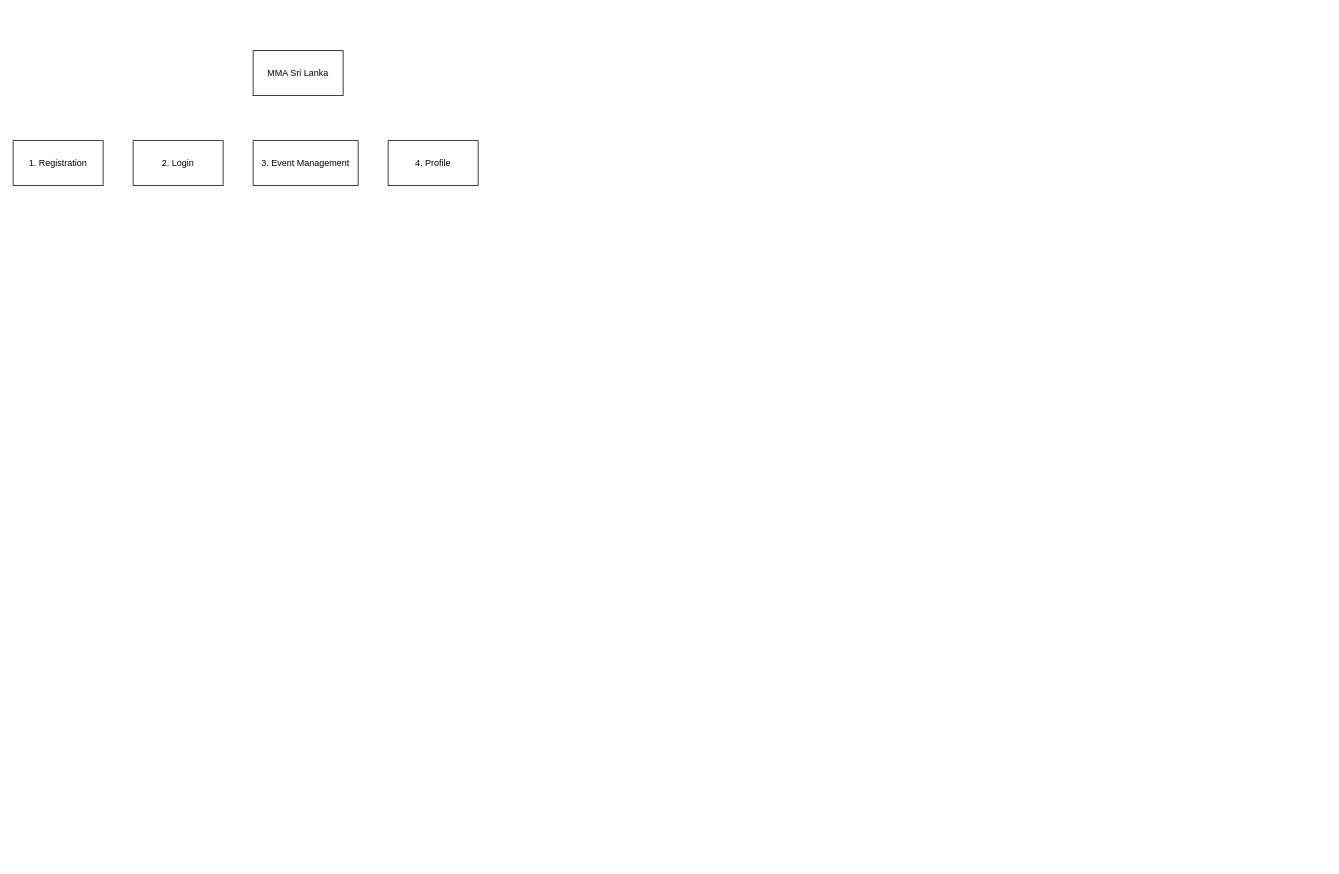
This is PM WBS V1.drawio from redhooddev/diagrams, a draw.io file, before an edit. Source tidied: cells renumbered, new cells numbered last; positions are measured from the earlier drawing's top-left corner, leaving out a move shared by most shapes. Both pictures are drawn from the tidied source at 75%, with x=0, y=0 at pixel (13, 50).
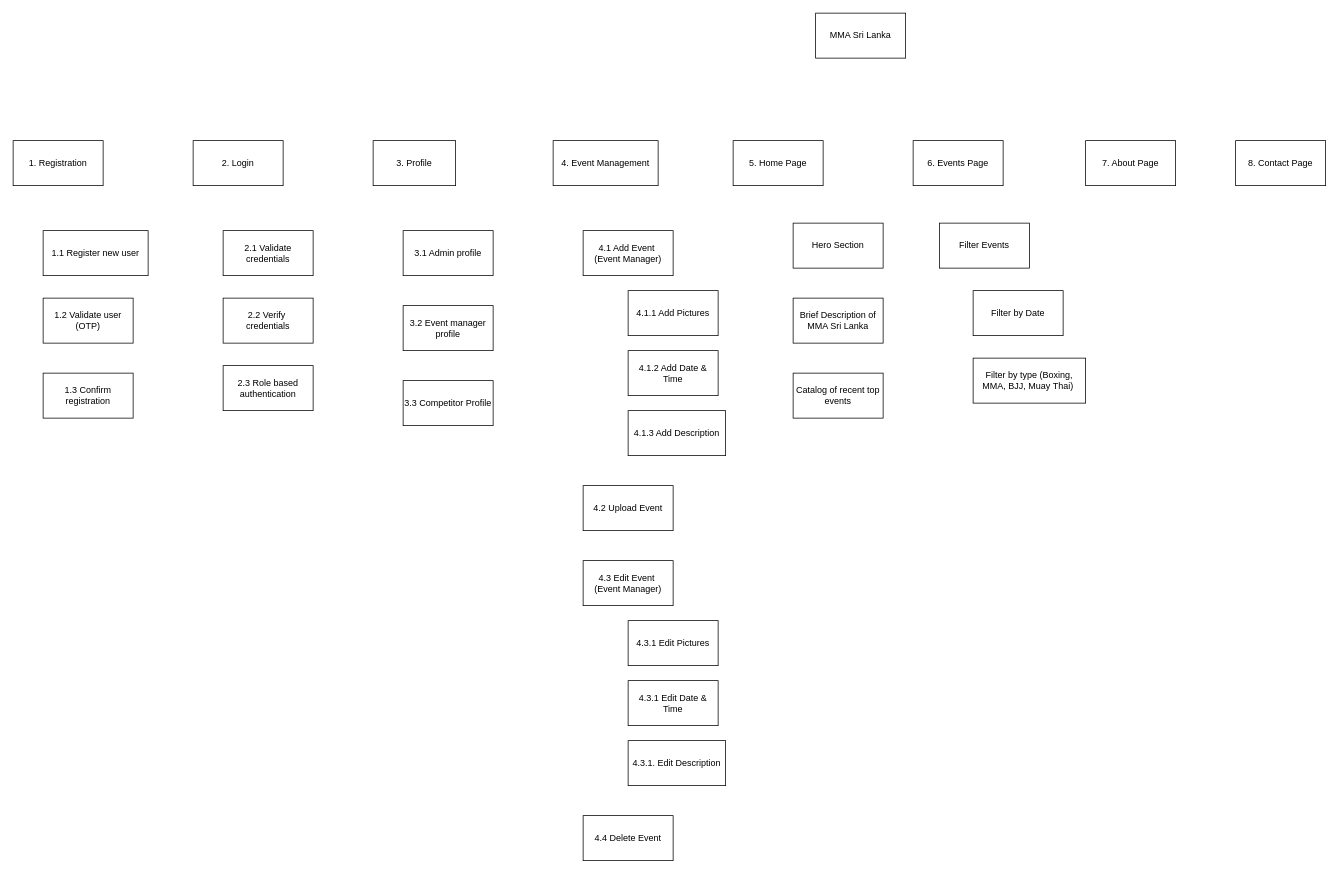
Above is the later version.

What changed in the source:
```diff
@@
     <mxCell id="2" value="MMA Sri Lanka" style="rounded=0;whiteSpace=wrap;html=1;" parent="1" vertex="1">
-      <mxGeometry x="320" width="120" height="60" as="geometry" />
+      <mxGeometry x="1070" y="-50" width="120" height="60" as="geometry" />
     </mxCell>
@@
     <mxCell id="4" value="2. Login" style="rounded=0;whiteSpace=wrap;html=1;" parent="1" vertex="1">
-      <mxGeometry x="160" y="120" width="120" height="60" as="geometry" />
+      <mxGeometry x="240" y="120" width="120" height="60" as="geometry" />
     </mxCell>
-    <mxCell id="5" value="3. Event Management" style="rounded=0;whiteSpace=wrap;html=1;" parent="1" vertex="1">
-      <mxGeometry x="320" y="120" width="140" height="60" as="geometry" />
+    <mxCell id="5" value="4. Event Management" style="rounded=0;whiteSpace=wrap;html=1;" parent="1" vertex="1">
+      <mxGeometry x="720" y="120" width="140" height="60" as="geometry" />
     </mxCell>
-    <mxCell id="6" value="4. Profile" style="rounded=0;whiteSpace=wrap;html=1;" parent="1" vertex="1">
-      <mxGeometry x="500" y="120" width="120" height="60" as="geometry" />
+    <mxCell id="6" value="3. Profile" style="rounded=0;whiteSpace=wrap;html=1;" parent="1" vertex="1">
+      <mxGeometry x="480" y="120" width="110" height="60" as="geometry" />
     </mxCell>
+    <mxCell id="7" value="5. Home Page" style="rounded=0;whiteSpace=wrap;html=1;" parent="1" vertex="1">
+      <mxGeometry x="960" y="120" width="120" height="60" as="geometry" />
+    </mxCell>
+    <mxCell id="8" value="6. Events Page" style="rounded=0;whiteSpace=wrap;html=1;" parent="1" vertex="1">
+      <mxGeometry x="1200" y="120" width="120" height="60" as="geometry" />
+    </mxCell>
+    <mxCell id="9" value="8. Contact Page" style="rounded=0;whiteSpace=wrap;html=1;" parent="1" vertex="1">
+      <mxGeometry x="1630" y="120" width="120" height="60" as="geometry" />
+    </mxCell>
+    <mxCell id="10" value="7. About Page" style="rounded=0;whiteSpace=wrap;html=1;" parent="1" vertex="1">
+      <mxGeometry x="1430" y="120" width="120" height="60" as="geometry" />
+    </mxCell>
+    <mxCell id="11" value="1.1 Register new user" style="rounded=0;whiteSpace=wrap;html=1;fontStyle=0;" parent="1" vertex="1">
+      <mxGeometry x="40" y="240" width="140" height="60" as="geometry" />
+    </mxCell>
+    <mxCell id="12" value="1.2 Validate user (OTP)" style="rounded=0;whiteSpace=wrap;html=1;fontStyle=0;" parent="1" vertex="1">
+      <mxGeometry x="40" y="330" width="120" height="60" as="geometry" />
+    </mxCell>
+    <mxCell id="13" value="1.3 Confirm registration" style="rounded=0;whiteSpace=wrap;html=1;fontStyle=0;" parent="1" vertex="1">
+      <mxGeometry x="40" y="430" width="120" height="60" as="geometry" />
+    </mxCell>
+    <mxCell id="14" value="2.3 Role based authentication" style="rounded=0;whiteSpace=wrap;html=1;" parent="1" vertex="1">
+      <mxGeometry x="280" y="420" width="120" height="60" as="geometry" />
+    </mxCell>
+    <mxCell id="15" value="2.1 Validate credentials" style="rounded=0;whiteSpace=wrap;html=1;" parent="1" vertex="1">
+      <mxGeometry x="280" y="240" width="120" height="60" as="geometry" />
+    </mxCell>
+    <mxCell id="16" value="2.2 Verify&amp;nbsp;&lt;div&gt;credentials&lt;/div&gt;" style="rounded=0;whiteSpace=wrap;html=1;" parent="1" vertex="1">
+      <mxGeometry x="280" y="330" width="120" height="60" as="geometry" />
+    </mxCell>
+    <mxCell id="17" value="3.1 Admin profile" style="rounded=0;whiteSpace=wrap;html=1;" parent="1" vertex="1">
+      <mxGeometry x="520" y="240" width="120" height="60" as="geometry" />
+    </mxCell>
+    <mxCell id="18" value="3.2 Event manager&lt;div&gt;profile&lt;/div&gt;" style="rounded=0;whiteSpace=wrap;html=1;" parent="1" vertex="1">
+      <mxGeometry x="520" y="340" width="120" height="60" as="geometry" />
+    </mxCell>
+    <mxCell id="19" value="3.3 Competitor Profile" style="rounded=0;whiteSpace=wrap;html=1;" parent="1" vertex="1">
+      <mxGeometry x="520" y="440" width="120" height="60" as="geometry" />
+    </mxCell>
+    <mxCell id="20" value="4.1 Add Event&amp;nbsp;&lt;div&gt;(Event Manager)&lt;/div&gt;" style="rounded=0;whiteSpace=wrap;html=1;" parent="1" vertex="1">
+      <mxGeometry x="760" y="240" width="120" height="60" as="geometry" />
+    </mxCell>
+    <mxCell id="21" value="4.1.1 Add Pictures" style="rounded=0;whiteSpace=wrap;html=1;" parent="1" vertex="1">
+      <mxGeometry x="820" y="320" width="120" height="60" as="geometry" />
+    </mxCell>
+    <mxCell id="22" value="4.1.2 Add Date &amp;amp; Time" style="rounded=0;whiteSpace=wrap;html=1;" parent="1" vertex="1">
+      <mxGeometry x="820" y="400" width="120" height="60" as="geometry" />
+    </mxCell>
+    <mxCell id="23" value="4.1.3 Add Description" style="rounded=0;whiteSpace=wrap;html=1;" parent="1" vertex="1">
+      <mxGeometry x="820" y="480" width="130" height="60" as="geometry" />
+    </mxCell>
+    <mxCell id="24" value="4.2 Upload Event" style="rounded=0;whiteSpace=wrap;html=1;" parent="1" vertex="1">
+      <mxGeometry x="760" y="580" width="120" height="60" as="geometry" />
+    </mxCell>
+    <mxCell id="25" value="4.3 Edit Event&amp;nbsp;&lt;div&gt;(Event Manager)&lt;/div&gt;" style="rounded=0;whiteSpace=wrap;html=1;" parent="1" vertex="1">
+      <mxGeometry x="760" y="680" width="120" height="60" as="geometry" />
+    </mxCell>
+    <mxCell id="26" value="4.3.1 Edit Pictures" style="rounded=0;whiteSpace=wrap;html=1;" parent="1" vertex="1">
+      <mxGeometry x="820" y="760" width="120" height="60" as="geometry" />
+    </mxCell>
+    <mxCell id="27" value="4.3.1 Edit Date &amp;amp; Time" style="rounded=0;whiteSpace=wrap;html=1;" parent="1" vertex="1">
+      <mxGeometry x="820" y="840" width="120" height="60" as="geometry" />
+    </mxCell>
+    <mxCell id="28" value="4.3.1. Edit Description" style="rounded=0;whiteSpace=wrap;html=1;" parent="1" vertex="1">
+      <mxGeometry x="820" y="920" width="130" height="60" as="geometry" />
+    </mxCell>
+    <mxCell id="29" value="4.4 Delete Event" style="rounded=0;whiteSpace=wrap;html=1;" parent="1" vertex="1">
+      <mxGeometry x="760" y="1020" width="120" height="60" as="geometry" />
+    </mxCell>
+    <mxCell id="30" value="Hero Section" style="rounded=0;whiteSpace=wrap;html=1;" parent="1" vertex="1">
+      <mxGeometry x="1040" y="230" width="120" height="60" as="geometry" />
+    </mxCell>
+    <mxCell id="31" value="Brief Description of MMA Sri Lanka" style="rounded=0;whiteSpace=wrap;html=1;" parent="1" vertex="1">
+      <mxGeometry x="1040" y="330" width="120" height="60" as="geometry" />
+    </mxCell>
+    <mxCell id="32" value="Catalog of recent top events" style="rounded=0;whiteSpace=wrap;html=1;" parent="1" vertex="1">
+      <mxGeometry x="1040" y="430" width="120" height="60" as="geometry" />
+    </mxCell>
+    <mxCell id="33" value="Filter Events" style="rounded=0;whiteSpace=wrap;html=1;" parent="1" vertex="1">
+      <mxGeometry x="1235" y="230" width="120" height="60" as="geometry" />
+    </mxCell>
+    <mxCell id="34" value="Filter by Date" style="rounded=0;whiteSpace=wrap;html=1;" parent="1" vertex="1">
+      <mxGeometry x="1280" y="320" width="120" height="60" as="geometry" />
+    </mxCell>
+    <mxCell id="35" value="Filter by type (Boxing, MMA, BJJ, Muay Thai)&amp;nbsp;" style="rounded=0;whiteSpace=wrap;html=1;" parent="1" vertex="1">
+      <mxGeometry x="1280" y="410" width="150" height="60" as="geometry" />
+    </mxCell>
```
